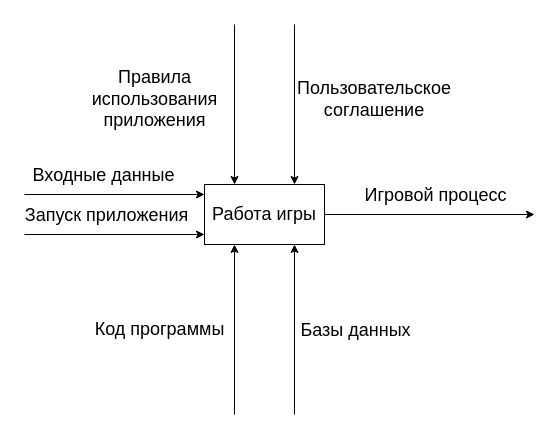
Before: DiagramProject1.drawio in dibovdmitry/Project, a draw.io diagram. Source tidied: cells renumbered, new cells numbered last; positions are measured from the earlier drawing's top-left corner, leaving out a move shared by most shapes. Both pictures are drawn from the tidied source at 100%, with x=0, y=0 at pixel (24, 24).
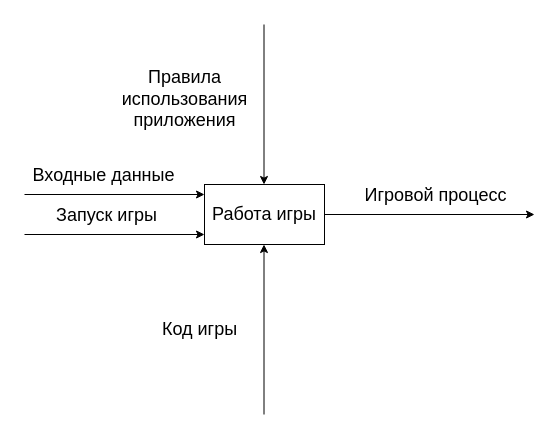
The same diagram, later.

Unchanged cells that the change refers to:
```xml
<mxCell id="5" style="endArrow=classic;html=1;rounded=0;fontSize=18;" parent="1" edge="1">
  <mxGeometry relative="1" as="geometry">
    <mxPoint y="210" as="sourcePoint" />
    <mxPoint x="180" y="210" as="targetPoint" />
  </mxGeometry>
</mxCell>
```

Diff of the diagram source:
```diff
@@
-    <mxCell id="6" value="Запуск приложения" style="edgeLabel;html=1;align=center;verticalAlign=middle;fontSize=18;" parent="5" vertex="1">
+    <mxCell id="6" value="Запуск игры" style="edgeLabel;html=1;align=center;verticalAlign=middle;fontSize=18;" parent="5" vertex="1">
       <mxGeometry x="-0.27" y="3" relative="1" as="geometry">
         <mxPoint x="15" y="-17" as="offset" />
       </mxGeometry>
     </mxCell>
-    <mxCell id="7" style="endArrow=classic;html=1;rounded=0;fontSize=18;" parent="1" edge="1">
-      <mxGeometry relative="1" as="geometry">
-        <mxPoint x="270" y="390" as="sourcePoint" />
-        <mxPoint x="270" y="220" as="targetPoint" />
-      </mxGeometry>
-    </mxCell>
-    <mxCell id="8" value="Базы данных" style="edgeLabel;html=1;align=center;verticalAlign=middle;fontSize=18;" parent="7" vertex="1">
-      <mxGeometry x="0.13" y="1" relative="1" as="geometry">
-        <mxPoint x="61" y="11" as="offset" />
-      </mxGeometry>
-    </mxCell>
     <mxCell id="9" style="endArrow=classic;html=1;rounded=0;fontSize=18;" parent="1" edge="1">
       <mxGeometry relative="1" as="geometry">
-        <mxPoint x="210" y="390" as="sourcePoint" />
-        <mxPoint x="210" y="220" as="targetPoint" />
+        <mxPoint x="239.5" y="390" as="sourcePoint" />
+        <mxPoint x="239.5" y="220" as="targetPoint" />
       </mxGeometry>
     </mxCell>
-    <mxCell id="10" value="Код программы" style="text;html=1;align=center;verticalAlign=middle;strokeColor=none;fillColor=none;fontSize=18;" parent="1" vertex="1">
-      <mxGeometry x="60" y="290" width="150" height="30" as="geometry" />
+    <mxCell id="10" value="Код игры" style="text;html=1;align=center;verticalAlign=middle;strokeColor=none;fillColor=none;fontSize=18;" parent="1" vertex="1">
+      <mxGeometry x="130" y="290" width="90" height="30" as="geometry" />
     </mxCell>
@@
-    <mxCell id="13" style="endArrow=classic;html=1;rounded=0;fontSize=18;" parent="1" edge="1">
-      <mxGeometry relative="1" as="geometry">
-        <mxPoint x="270" as="sourcePoint" />
-        <mxPoint x="270" y="160" as="targetPoint" />
-      </mxGeometry>
-    </mxCell>
     <mxCell id="14" style="endArrow=classic;html=1;rounded=0;fontSize=18;" parent="1" edge="1">
       <mxGeometry relative="1" as="geometry">
-        <mxPoint x="210" as="sourcePoint" />
-        <mxPoint x="210" y="160" as="targetPoint" />
+        <mxPoint x="239.5" as="sourcePoint" />
+        <mxPoint x="239.5" y="160" as="targetPoint" />
       </mxGeometry>
     </mxCell>
     <mxCell id="15" value="Правила &lt;br&gt;использования&lt;br&gt;приложения" style="text;html=1;align=center;verticalAlign=middle;strokeColor=none;fillColor=none;fontSize=18;" parent="1" vertex="1">
-      <mxGeometry x="60" y="40" width="140" height="70" as="geometry" />
+      <mxGeometry x="90" y="40" width="140" height="70" as="geometry" />
     </mxCell>
-    <mxCell id="16" value="Пользовательское соглашение" style="text;html=1;strokeColor=none;fillColor=none;align=center;verticalAlign=middle;whiteSpace=wrap;rounded=0;fontSize=18;" parent="1" vertex="1">
-      <mxGeometry x="320" y="60" width="60" height="30" as="geometry" />
-    </mxCell>
```
